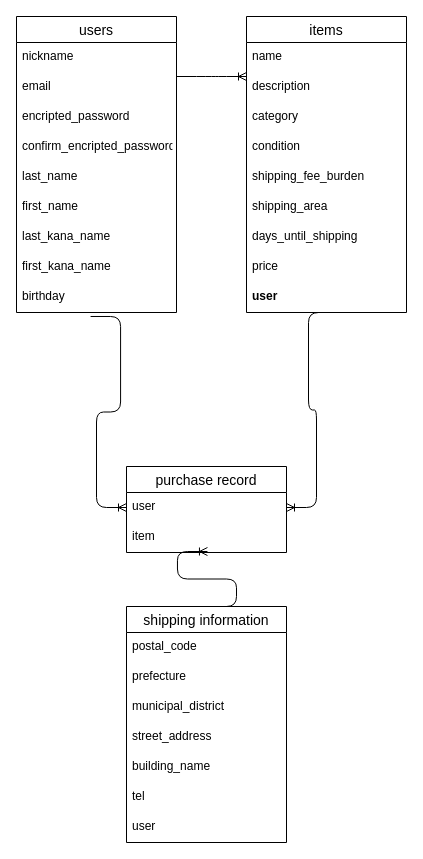
The draw.io diagram test.dio in azusa-sakai/furima-39568, before the edit. Source tidied: cells renumbered, new cells numbered last; positions are measured from the earlier drawing's top-left corner, leaving out a move shared by most shapes. Both pictures are drawn from the tidied source at 100%, with x=0, y=0 at pixel (16, 16).
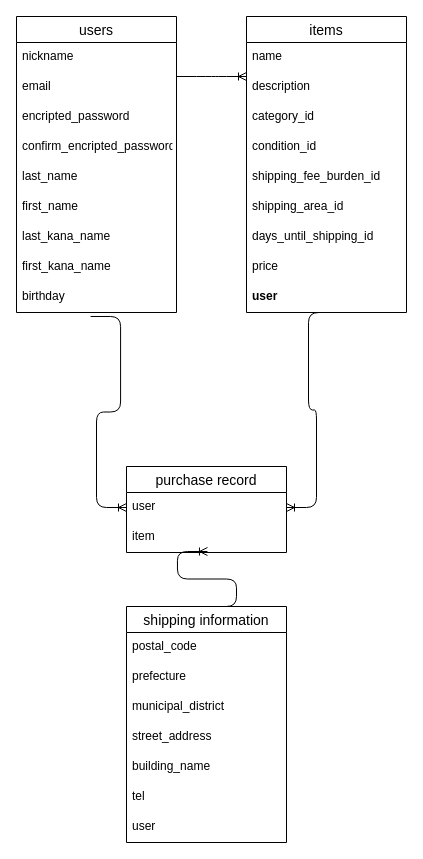
Above is the later version.

Unchanged cells that the change refers to:
```xml
<mxCell id="12" value="items" style="swimlane;fontStyle=0;horizontal=1;startSize=26;align=center;fontSize=14;" parent="1" vertex="1">
  <mxGeometry x="230" width="160" height="296" as="geometry" />
</mxCell>
```

Diff of the diagram source:
```diff
@@
-    <mxCell id="15" value="category" style="text;strokeColor=none;fillColor=none;spacingLeft=4;spacingRight=4;overflow=hidden;fontSize=12;" parent="12" vertex="1">
+    <mxCell id="15" value="category_id" style="text;strokeColor=none;fillColor=none;spacingLeft=4;spacingRight=4;overflow=hidden;fontSize=12;" parent="12" vertex="1">
       <mxGeometry y="86" width="160" height="30" as="geometry" />
     </mxCell>
-    <mxCell id="16" value="condition" style="text;strokeColor=none;fillColor=none;spacingLeft=4;spacingRight=4;overflow=hidden;fontSize=12;" parent="12" vertex="1">
+    <mxCell id="16" value="condition_id" style="text;strokeColor=none;fillColor=none;spacingLeft=4;spacingRight=4;overflow=hidden;fontSize=12;" parent="12" vertex="1">
       <mxGeometry y="116" width="160" height="30" as="geometry" />
     </mxCell>
-    <mxCell id="17" value="shipping_fee_burden" style="text;strokeColor=none;fillColor=none;spacingLeft=4;spacingRight=4;overflow=hidden;fontSize=12;" parent="12" vertex="1">
+    <mxCell id="17" value="shipping_fee_burden_id" style="text;strokeColor=none;fillColor=none;spacingLeft=4;spacingRight=4;overflow=hidden;fontSize=12;" parent="12" vertex="1">
       <mxGeometry y="146" width="160" height="30" as="geometry" />
     </mxCell>
-    <mxCell id="18" value="shipping_area" style="text;strokeColor=none;fillColor=none;spacingLeft=4;spacingRight=4;overflow=hidden;fontSize=12;" parent="12" vertex="1">
+    <mxCell id="18" value="shipping_area_id" style="text;strokeColor=none;fillColor=none;spacingLeft=4;spacingRight=4;overflow=hidden;fontSize=12;" parent="12" vertex="1">
       <mxGeometry y="176" width="160" height="30" as="geometry" />
     </mxCell>
-    <mxCell id="19" value="days_until_shipping" style="text;strokeColor=none;fillColor=none;spacingLeft=4;spacingRight=4;overflow=hidden;fontSize=12;" parent="12" vertex="1">
+    <mxCell id="19" value="days_until_shipping_id" style="text;strokeColor=none;fillColor=none;spacingLeft=4;spacingRight=4;overflow=hidden;fontSize=12;" parent="12" vertex="1">
       <mxGeometry y="206" width="160" height="30" as="geometry" />
     </mxCell>
```
